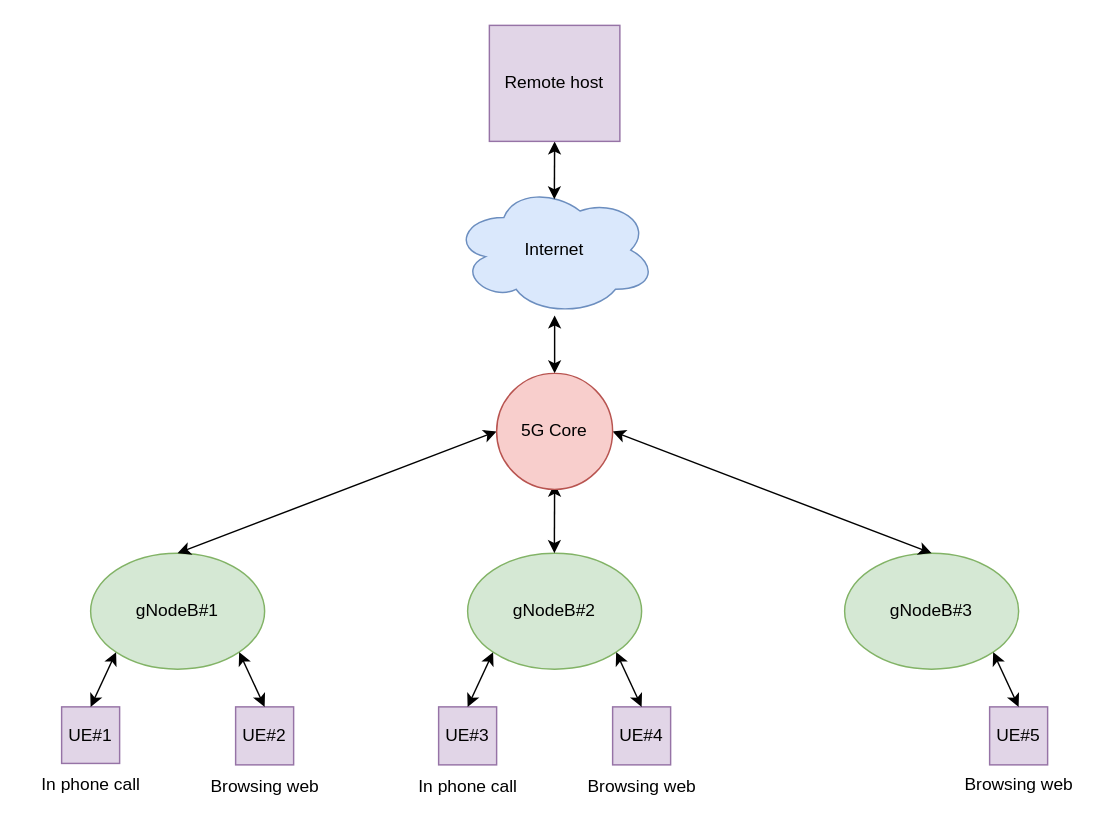
Before: project-data/NetworkStructure.drawio in kubikulek231/kpm-semestral-project, a draw.io diagram. Source tidied: cells renumbered, new cells numbered last; positions are measured from the earlier drawing's top-left corner, leaving out a move shared by most shapes. Both pictures are drawn from the tidied source at 145%, with x=0, y=0 at pixel (25, 25).
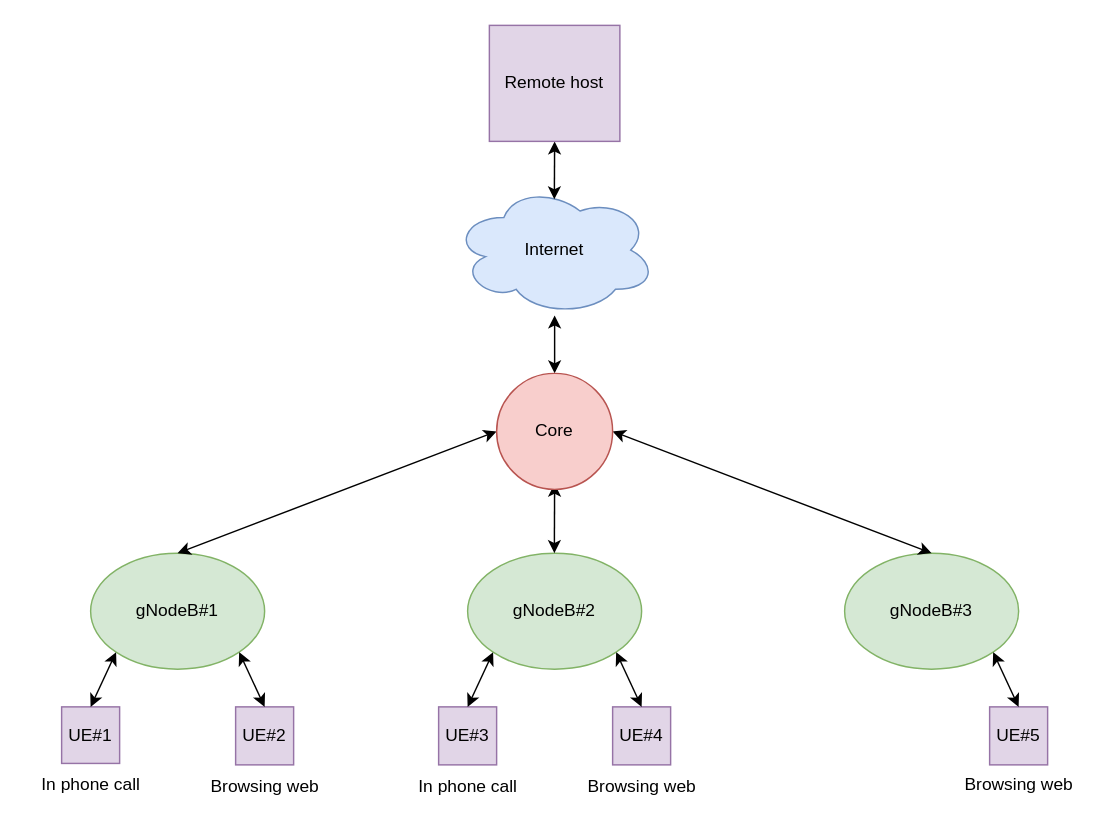
After the change.

Diff of the diagram source:
```diff
@@
-    <mxCell id="26" value="5G Core" style="ellipse;whiteSpace=wrap;html=1;fillColor=#f8cecc;strokeColor=#b85450;" parent="1" vertex="1">
+    <mxCell id="26" value="Core" style="ellipse;whiteSpace=wrap;html=1;fillColor=#f8cecc;strokeColor=#b85450;" parent="1" vertex="1">
       <mxGeometry x="325" y="240" width="80" height="80" as="geometry" />
     </mxCell>
```
